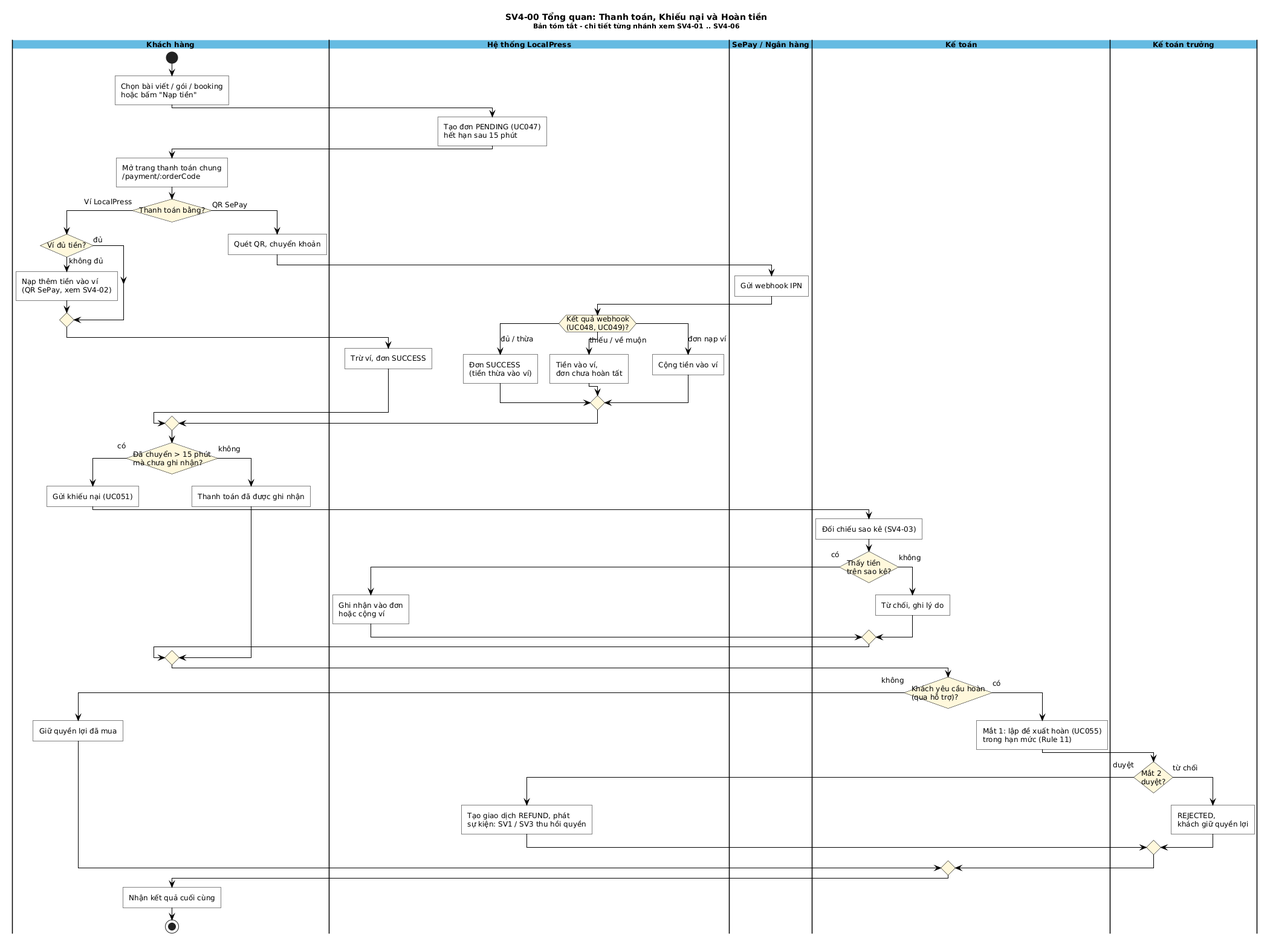
The PlantUML diagram docs/sv4/01_output/diagrams_vi/swimlane_sv4_00_overview_vi.png in huyz4nny/SWP391_LOCALPRESS-REVENUE-TRUST-PLATFORM, before a commit.
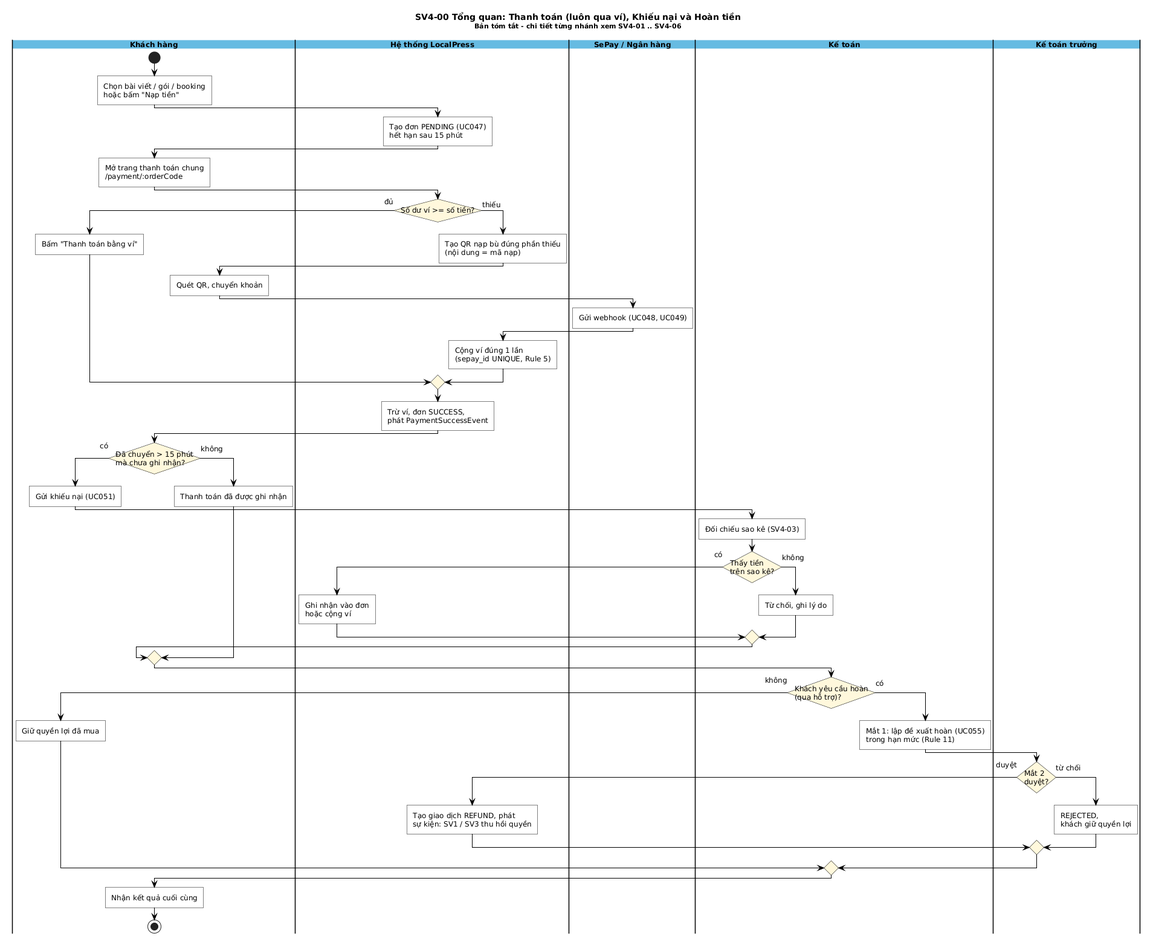
The same diagram one commit later.

What changed in the source:
```diff
@@ -1,5 +1,5 @@
 @startuml
-title SV4-00 Tổng quan: Thanh toán, Khiếu nại và Hoàn tiền\n<size:11>Bản tóm tắt - chi tiết từng nhánh xem SV4-01 .. SV4-06</size>
+title SV4-00 Tổng quan: Thanh toán (luôn qua ví), Khiếu nại và Hoàn tiền\n<size:11>Bản tóm tắt - chi tiết từng nhánh xem SV4-01 .. SV4-06</size>
 
 scale max 4000 width
 skinparam backgroundColor white
@@ -41,31 +41,25 @@
 |Khách hàng|
 :Mở trang thanh toán chung
 /payment/:orderCode;
-if (Thanh toán bằng?) then (Ví LocalPress)
-  if (Ví đủ tiền?) then (đủ)
-  else (không đủ)
-    :Nạp thêm tiền vào ví
-(QR SePay, xem SV4-02);
-  endif
+|Hệ thống LocalPress|
+if (Số dư ví >= số tiền?) then (đủ)
+  |Khách hàng|
+  :Bấm "Thanh toán bằng ví";
+else (thiếu)
   |Hệ thống LocalPress|
-  :Trừ ví, đơn SUCCESS;
-else (QR SePay)
+  :Tạo QR nạp bù đúng phần thiếu
+(nội dung = mã nạp);
   |Khách hàng|
   :Quét QR, chuyển khoản;
   |SePay / Ngân hàng|
-  :Gửi webhook IPN;
+  :Gửi webhook (UC048, UC049);
   |Hệ thống LocalPress|
-  switch (Kết quả webhook\n(UC048, UC049)?)
-  case (đủ / thừa)
-    :Đơn SUCCESS
-(tiền thừa vào ví);
-  case (thiếu / về muộn)
-    :Tiền vào ví,
-đơn chưa hoàn tất;
-  case (đơn nạp ví)
-    :Cộng tiền vào ví;
-  endswitch
+  :Cộng ví đúng 1 lần
+(sepay_id UNIQUE, Rule 5);
 endif
+|Hệ thống LocalPress|
+:Trừ ví, đơn SUCCESS,
+phát PaymentSuccessEvent;
 |Khách hàng|
 if (Đã chuyển > 15 phút
 mà chưa ghi nhận?) then (có)
```
